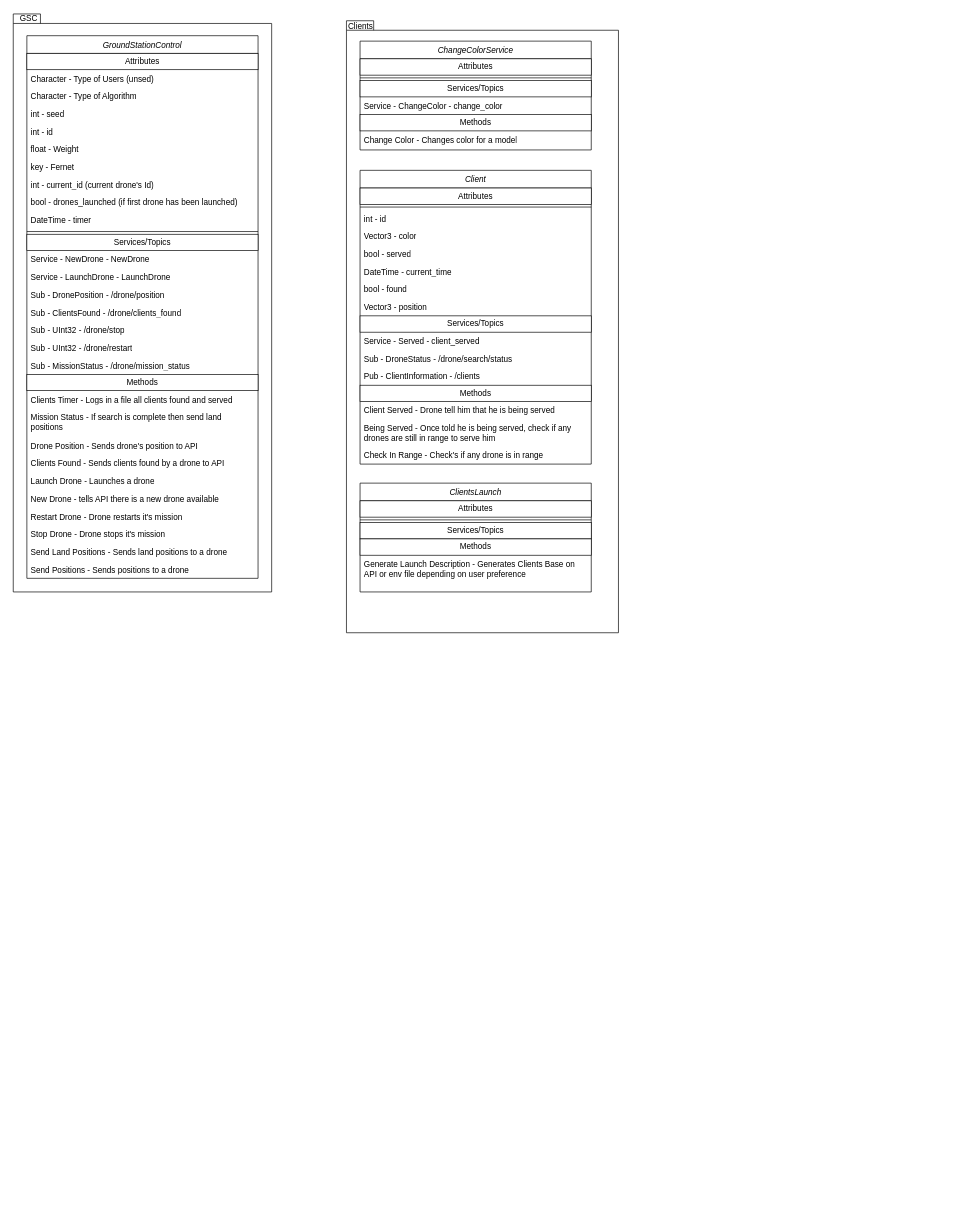
Earlier version of the draw.io diagram ros2.drawio (rfpg1/UML). Source tidied: cells renumbered, new cells numbered last; positions are measured from the earlier drawing's top-left corner, leaving out a move shared by most shapes. Both pictures are drawn from the tidied source at 68%, with x=0, y=0 at pixel (12, 12).
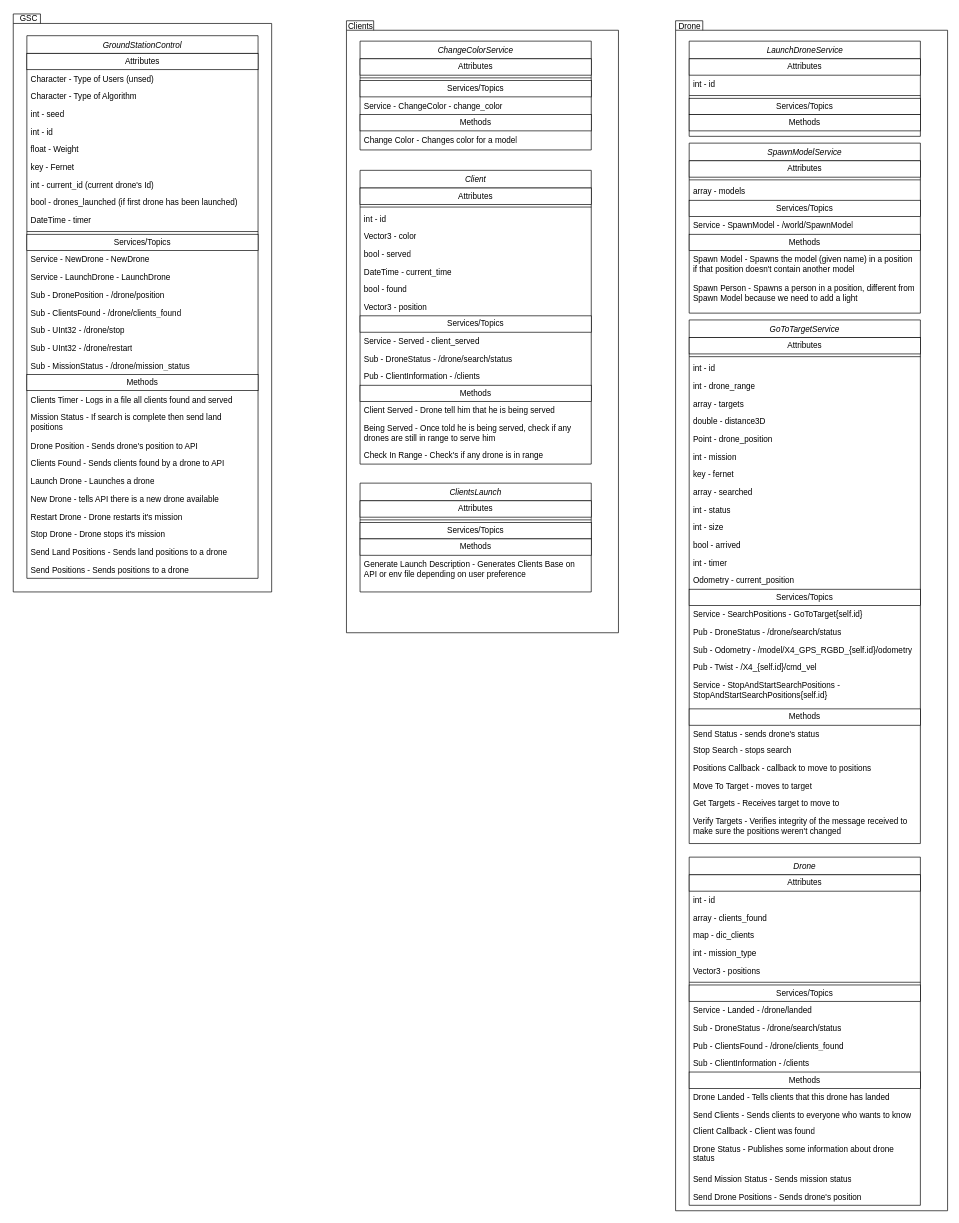
After the change.

Change to the diagram source:
```diff
@@
+    <mxCell id="67" style="shape=folder;fontStyle=1;spacingTop=10;tabWidth=40;tabHeight=14;tabPosition=left;html=1;whiteSpace=wrap;fillColor=none;" parent="1" vertex="1">
+      <mxGeometry x="976" y="13" width="400" height="1750" as="geometry" />
+    </mxCell>
+    <mxCell id="68" value="Drone" style="text;html=1;align=center;verticalAlign=middle;whiteSpace=wrap;rounded=0;" parent="1" vertex="1">
+      <mxGeometry x="972" y="11" width="50" height="20" as="geometry" />
+    </mxCell>
+    <mxCell id="69" value="LaunchDroneService" style="swimlane;fontStyle=2;align=center;verticalAlign=top;horizontal=1;startSize=26;rounded=0;shadow=0;strokeWidth=1;html=1;" parent="1" vertex="1">
+      <mxGeometry x="996" y="43" width="340" height="140" as="geometry" />
+    </mxCell>
+    <mxCell id="70" value="Attributes" style="html=1;whiteSpace=wrap;" parent="69" vertex="1">
+      <mxGeometry y="26" width="340" height="24" as="geometry" />
+    </mxCell>
+    <mxCell id="71" value="int - id" style="text;strokeColor=none;fillColor=none;align=left;verticalAlign=top;spacingLeft=4;spacingRight=4;overflow=hidden;whiteSpace=wrap;html=1;" parent="69" vertex="1">
+      <mxGeometry y="50" width="340" height="26" as="geometry" />
+    </mxCell>
+    <mxCell id="72" style="line;html=1;strokeWidth=1;align=left;verticalAlign=middle;spacingTop=-1;spacingLeft=3;spacingRight=3;labelPosition=right;" parent="69" vertex="1">
+      <mxGeometry y="76" width="340" height="8" as="geometry" />
+    </mxCell>
+    <mxCell id="73" value="Services/Topics" style="html=1;whiteSpace=wrap;" parent="69" vertex="1">
+      <mxGeometry y="84" width="340" height="24" as="geometry" />
+    </mxCell>
+    <mxCell id="74" value="Methods" style="html=1;whiteSpace=wrap;" parent="69" vertex="1">
+      <mxGeometry y="108" width="340" height="24" as="geometry" />
+    </mxCell>
+    <mxCell id="75" value="SpawnModelService" style="swimlane;fontStyle=2;align=center;verticalAlign=top;horizontal=1;startSize=26;rounded=0;shadow=0;strokeWidth=1;" parent="1" vertex="1">
+      <mxGeometry x="996" y="193" width="340" height="250" as="geometry" />
+    </mxCell>
+    <mxCell id="76" value="Attributes" style="html=1;whiteSpace=wrap;" parent="75" vertex="1">
+      <mxGeometry y="26" width="340" height="24" as="geometry" />
+    </mxCell>
+    <mxCell id="77" style="line;html=1;strokeWidth=1;align=left;verticalAlign=middle;spacingTop=-1;spacingLeft=3;spacingRight=3;labelPosition=right;" parent="75" vertex="1">
+      <mxGeometry y="50" width="340" height="8" as="geometry" />
+    </mxCell>
+    <mxCell id="78" value="array - models" style="text;strokeColor=none;fillColor=none;align=left;verticalAlign=top;spacingLeft=4;spacingRight=4;overflow=hidden;whiteSpace=wrap;html=1;" parent="75" vertex="1">
+      <mxGeometry y="58" width="340" height="26" as="geometry" />
+    </mxCell>
+    <mxCell id="79" value="Services/Topics" style="html=1;whiteSpace=wrap;" parent="75" vertex="1">
+      <mxGeometry y="84" width="340" height="24" as="geometry" />
+    </mxCell>
+    <mxCell id="80" value="Service - SpawnModel - /world/SpawnModel" style="text;strokeColor=none;fillColor=none;align=left;verticalAlign=top;spacingLeft=4;spacingRight=4;overflow=hidden;whiteSpace=wrap;html=1;" parent="75" vertex="1">
+      <mxGeometry y="108" width="340" height="26" as="geometry" />
+    </mxCell>
+    <mxCell id="81" value="Methods" style="html=1;whiteSpace=wrap;" parent="75" vertex="1">
+      <mxGeometry y="134" width="340" height="24" as="geometry" />
+    </mxCell>
+    <mxCell id="82" value="Spawn Model - Spawns the model (given name) in a position if that position doesn't contain another model" style="text;strokeColor=none;fillColor=none;align=left;verticalAlign=top;spacingLeft=4;spacingRight=4;overflow=hidden;whiteSpace=wrap;html=1;" parent="75" vertex="1">
+      <mxGeometry y="158" width="340" height="42" as="geometry" />
+    </mxCell>
+    <mxCell id="83" value="Spawn Person - Spawns a person in a position, different from Spawn Model because we need to add a light" style="text;strokeColor=none;fillColor=none;align=left;verticalAlign=top;spacingLeft=4;spacingRight=4;overflow=hidden;whiteSpace=wrap;html=1;" parent="75" vertex="1">
+      <mxGeometry y="200" width="340" height="50" as="geometry" />
+    </mxCell>
+    <mxCell id="84" value="GoToTargetService" style="swimlane;fontStyle=2;align=center;verticalAlign=top;horizontal=1;startSize=26;rounded=0;shadow=0;strokeWidth=1;" parent="1" vertex="1">
+      <mxGeometry x="996" y="453" width="340" height="770" as="geometry" />
+    </mxCell>
+    <mxCell id="85" value="Attributes" style="html=1;whiteSpace=wrap;" parent="84" vertex="1">
+      <mxGeometry y="26" width="340" height="24" as="geometry" />
+    </mxCell>
+    <mxCell id="86" style="line;html=1;strokeWidth=1;align=left;verticalAlign=middle;spacingTop=-1;spacingLeft=3;spacingRight=3;labelPosition=right;" parent="84" vertex="1">
+      <mxGeometry y="50" width="340" height="8" as="geometry" />
+    </mxCell>
+    <mxCell id="87" value="int - id" style="text;strokeColor=none;fillColor=none;align=left;verticalAlign=top;spacingLeft=4;spacingRight=4;overflow=hidden;whiteSpace=wrap;html=1;" parent="84" vertex="1">
+      <mxGeometry y="58" width="340" height="26" as="geometry" />
+    </mxCell>
+    <mxCell id="88" value="int - drone_range" style="text;strokeColor=none;fillColor=none;align=left;verticalAlign=top;spacingLeft=4;spacingRight=4;overflow=hidden;whiteSpace=wrap;html=1;" parent="84" vertex="1">
+      <mxGeometry y="84" width="340" height="26" as="geometry" />
+    </mxCell>
+    <mxCell id="89" value="array - targets" style="text;strokeColor=none;fillColor=none;align=left;verticalAlign=top;spacingLeft=4;spacingRight=4;overflow=hidden;whiteSpace=wrap;html=1;" parent="84" vertex="1">
+      <mxGeometry y="110" width="340" height="26" as="geometry" />
+    </mxCell>
+    <mxCell id="90" value="double - distance3D" style="text;strokeColor=none;fillColor=none;align=left;verticalAlign=top;spacingLeft=4;spacingRight=4;overflow=hidden;whiteSpace=wrap;html=1;" parent="84" vertex="1">
+      <mxGeometry y="136" width="340" height="26" as="geometry" />
+    </mxCell>
+    <mxCell id="91" value="Point - drone_position" style="text;strokeColor=none;fillColor=none;align=left;verticalAlign=top;spacingLeft=4;spacingRight=4;overflow=hidden;whiteSpace=wrap;html=1;" parent="84" vertex="1">
+      <mxGeometry y="162" width="340" height="26" as="geometry" />
+    </mxCell>
+    <mxCell id="92" value="int - mission" style="text;strokeColor=none;fillColor=none;align=left;verticalAlign=top;spacingLeft=4;spacingRight=4;overflow=hidden;whiteSpace=wrap;html=1;" parent="84" vertex="1">
+      <mxGeometry y="188" width="340" height="26" as="geometry" />
+    </mxCell>
+    <mxCell id="93" value="key - fernet" style="text;strokeColor=none;fillColor=none;align=left;verticalAlign=top;spacingLeft=4;spacingRight=4;overflow=hidden;whiteSpace=wrap;html=1;" parent="84" vertex="1">
+      <mxGeometry y="214" width="340" height="26" as="geometry" />
+    </mxCell>
+    <mxCell id="94" value="array - searched" style="text;strokeColor=none;fillColor=none;align=left;verticalAlign=top;spacingLeft=4;spacingRight=4;overflow=hidden;whiteSpace=wrap;html=1;" parent="84" vertex="1">
+      <mxGeometry y="240" width="340" height="26" as="geometry" />
+    </mxCell>
+    <mxCell id="95" value="int - status" style="text;strokeColor=none;fillColor=none;align=left;verticalAlign=top;spacingLeft=4;spacingRight=4;overflow=hidden;whiteSpace=wrap;html=1;" parent="84" vertex="1">
+      <mxGeometry y="266" width="340" height="26" as="geometry" />
+    </mxCell>
+    <mxCell id="96" value="int - size" style="text;strokeColor=none;fillColor=none;align=left;verticalAlign=top;spacingLeft=4;spacingRight=4;overflow=hidden;whiteSpace=wrap;html=1;" parent="84" vertex="1">
+      <mxGeometry y="292" width="340" height="26" as="geometry" />
+    </mxCell>
+    <mxCell id="97" value="bool - arrived" style="text;strokeColor=none;fillColor=none;align=left;verticalAlign=top;spacingLeft=4;spacingRight=4;overflow=hidden;whiteSpace=wrap;html=1;" parent="84" vertex="1">
+      <mxGeometry y="318" width="340" height="26" as="geometry" />
+    </mxCell>
+    <mxCell id="98" value="int - timer" style="text;strokeColor=none;fillColor=none;align=left;verticalAlign=top;spacingLeft=4;spacingRight=4;overflow=hidden;whiteSpace=wrap;html=1;" parent="84" vertex="1">
+      <mxGeometry y="344" width="340" height="26" as="geometry" />
+    </mxCell>
+    <mxCell id="99" value="Odometry - current_position" style="text;strokeColor=none;fillColor=none;align=left;verticalAlign=top;spacingLeft=4;spacingRight=4;overflow=hidden;whiteSpace=wrap;html=1;" parent="84" vertex="1">
+      <mxGeometry y="370" width="340" height="26" as="geometry" />
+    </mxCell>
+    <mxCell id="100" value="Services/Topics" style="html=1;whiteSpace=wrap;" parent="84" vertex="1">
+      <mxGeometry y="396" width="340" height="24" as="geometry" />
+    </mxCell>
+    <mxCell id="101" value="Service - SearchPositions - GoToTarget{self.id}" style="text;strokeColor=none;fillColor=none;align=left;verticalAlign=top;spacingLeft=4;spacingRight=4;overflow=hidden;whiteSpace=wrap;html=1;" parent="84" vertex="1">
+      <mxGeometry y="420" width="340" height="26" as="geometry" />
+    </mxCell>
+    <mxCell id="102" value="Pub - DroneStatus - /drone/search/status" style="text;strokeColor=none;fillColor=none;align=left;verticalAlign=top;spacingLeft=4;spacingRight=4;overflow=hidden;whiteSpace=wrap;html=1;" parent="84" vertex="1">
+      <mxGeometry y="446" width="340" height="26" as="geometry" />
+    </mxCell>
+    <mxCell id="103" value="Sub - Odometry - /model/X4_GPS_RGBD_{self.id}/odometry" style="text;strokeColor=none;fillColor=none;align=left;verticalAlign=top;spacingLeft=4;spacingRight=4;overflow=hidden;whiteSpace=wrap;html=1;" parent="84" vertex="1">
+      <mxGeometry y="472" width="340" height="26" as="geometry" />
+    </mxCell>
+    <mxCell id="104" value="Pub - Twist - /X4_{self.id}/cmd_vel" style="text;strokeColor=none;fillColor=none;align=left;verticalAlign=top;spacingLeft=4;spacingRight=4;overflow=hidden;whiteSpace=wrap;html=1;" parent="84" vertex="1">
+      <mxGeometry y="498" width="340" height="26" as="geometry" />
+    </mxCell>
+    <mxCell id="105" value="Service - StopAndStartSearchPositions - StopAndStartSearchPositions{self.id}" style="text;strokeColor=none;fillColor=none;align=left;verticalAlign=top;spacingLeft=4;spacingRight=4;overflow=hidden;whiteSpace=wrap;html=1;" parent="84" vertex="1">
+      <mxGeometry y="524" width="340" height="48" as="geometry" />
+    </mxCell>
+    <mxCell id="106" value="Methods" style="html=1;whiteSpace=wrap;" parent="84" vertex="1">
+      <mxGeometry y="572" width="340" height="24" as="geometry" />
+    </mxCell>
+    <mxCell id="107" value="Send Status - sends drone's status" style="text;strokeColor=none;fillColor=none;align=left;verticalAlign=top;spacingLeft=4;spacingRight=4;overflow=hidden;whiteSpace=wrap;html=1;" parent="84" vertex="1">
+      <mxGeometry y="596" width="340" height="24" as="geometry" />
+    </mxCell>
+    <mxCell id="108" value="Stop Search - stops search" style="text;strokeColor=none;fillColor=none;align=left;verticalAlign=top;spacingLeft=4;spacingRight=4;overflow=hidden;whiteSpace=wrap;html=1;" parent="84" vertex="1">
+      <mxGeometry y="620" width="340" height="26" as="geometry" />
+    </mxCell>
+    <mxCell id="109" value="Positions Callback - callback to move to positions" style="text;strokeColor=none;fillColor=none;align=left;verticalAlign=top;spacingLeft=4;spacingRight=4;overflow=hidden;whiteSpace=wrap;html=1;" parent="84" vertex="1">
+      <mxGeometry y="646" width="340" height="26" as="geometry" />
+    </mxCell>
+    <mxCell id="110" value="Move To Target - moves to target" style="text;strokeColor=none;fillColor=none;align=left;verticalAlign=top;spacingLeft=4;spacingRight=4;overflow=hidden;whiteSpace=wrap;html=1;" parent="84" vertex="1">
+      <mxGeometry y="672" width="340" height="26" as="geometry" />
+    </mxCell>
+    <mxCell id="111" value="Get Targets - Receives target to move to" style="text;strokeColor=none;fillColor=none;align=left;verticalAlign=top;spacingLeft=4;spacingRight=4;overflow=hidden;whiteSpace=wrap;html=1;" parent="84" vertex="1">
+      <mxGeometry y="698" width="340" height="26" as="geometry" />
+    </mxCell>
+    <mxCell id="112" value="Verify Targets - Verifies integrity of the message received to make sure the positions weren't changed" style="text;strokeColor=none;fillColor=none;align=left;verticalAlign=top;spacingLeft=4;spacingRight=4;overflow=hidden;whiteSpace=wrap;html=1;" parent="84" vertex="1">
+      <mxGeometry y="724" width="340" height="46" as="geometry" />
+    </mxCell>
+    <mxCell id="113" value="Drone" style="swimlane;fontStyle=2;align=center;verticalAlign=top;horizontal=1;startSize=26;rounded=0;shadow=0;strokeWidth=1;" parent="1" vertex="1">
+      <mxGeometry x="996" y="1243" width="340" height="512" as="geometry" />
+    </mxCell>
+    <mxCell id="114" value="Attributes" style="html=1;whiteSpace=wrap;" parent="113" vertex="1">
+      <mxGeometry y="26" width="340" height="24" as="geometry" />
+    </mxCell>
+    <mxCell id="115" value="int - id" style="text;strokeColor=none;fillColor=none;align=left;verticalAlign=top;spacingLeft=4;spacingRight=4;overflow=hidden;whiteSpace=wrap;html=1;" parent="113" vertex="1">
+      <mxGeometry y="50" width="340" height="26" as="geometry" />
+    </mxCell>
+    <mxCell id="116" value="array - clients_found" style="text;strokeColor=none;fillColor=none;align=left;verticalAlign=top;spacingLeft=4;spacingRight=4;overflow=hidden;whiteSpace=wrap;html=1;" parent="113" vertex="1">
+      <mxGeometry y="76" width="340" height="26" as="geometry" />
+    </mxCell>
+    <mxCell id="117" value="map - dic_clients" style="text;strokeColor=none;fillColor=none;align=left;verticalAlign=top;spacingLeft=4;spacingRight=4;overflow=hidden;whiteSpace=wrap;html=1;" parent="113" vertex="1">
+      <mxGeometry y="102" width="340" height="26" as="geometry" />
+    </mxCell>
+    <mxCell id="118" value="int - mission_type" style="text;strokeColor=none;fillColor=none;align=left;verticalAlign=top;spacingLeft=4;spacingRight=4;overflow=hidden;whiteSpace=wrap;html=1;" parent="113" vertex="1">
+      <mxGeometry y="128" width="340" height="26" as="geometry" />
+    </mxCell>
+    <mxCell id="119" value="Vector3 - positions" style="text;strokeColor=none;fillColor=none;align=left;verticalAlign=top;spacingLeft=4;spacingRight=4;overflow=hidden;whiteSpace=wrap;html=1;" parent="113" vertex="1">
+      <mxGeometry y="154" width="340" height="26" as="geometry" />
+    </mxCell>
+    <mxCell id="120" style="line;html=1;strokeWidth=1;align=left;verticalAlign=middle;spacingTop=-1;spacingLeft=3;spacingRight=3;labelPosition=right;" parent="113" vertex="1">
+      <mxGeometry y="180" width="340" height="8" as="geometry" />
+    </mxCell>
+    <mxCell id="121" value="Services/Topics" style="html=1;whiteSpace=wrap;" parent="113" vertex="1">
+      <mxGeometry y="188" width="340" height="24" as="geometry" />
+    </mxCell>
+    <mxCell id="122" value="Service - Landed - /drone/landed" style="text;strokeColor=none;fillColor=none;align=left;verticalAlign=top;spacingLeft=4;spacingRight=4;overflow=hidden;whiteSpace=wrap;html=1;" parent="113" vertex="1">
+      <mxGeometry y="212" width="340" height="26" as="geometry" />
+    </mxCell>
+    <mxCell id="123" value="Sub - DroneStatus - /drone/search/status" style="text;strokeColor=none;fillColor=none;align=left;verticalAlign=top;spacingLeft=4;spacingRight=4;overflow=hidden;whiteSpace=wrap;html=1;" parent="113" vertex="1">
+      <mxGeometry y="238" width="340" height="26" as="geometry" />
+    </mxCell>
+    <mxCell id="124" value="Pub - ClientsFound - /drone/clients_found" style="text;strokeColor=none;fillColor=none;align=left;verticalAlign=top;spacingLeft=4;spacingRight=4;overflow=hidden;whiteSpace=wrap;html=1;" parent="113" vertex="1">
+      <mxGeometry y="264" width="340" height="26" as="geometry" />
+    </mxCell>
+    <mxCell id="125" value="Sub - ClientInformation - /clients" style="text;strokeColor=none;fillColor=none;align=left;verticalAlign=top;spacingLeft=4;spacingRight=4;overflow=hidden;whiteSpace=wrap;html=1;" parent="113" vertex="1">
+      <mxGeometry y="290" width="340" height="26" as="geometry" />
+    </mxCell>
+    <mxCell id="126" value="Methods" style="html=1;whiteSpace=wrap;" parent="113" vertex="1">
+      <mxGeometry y="316" width="340" height="24" as="geometry" />
+    </mxCell>
+    <mxCell id="127" value="Drone Landed - Tells clients that this drone has landed" style="text;strokeColor=none;fillColor=none;align=left;verticalAlign=top;spacingLeft=4;spacingRight=4;overflow=hidden;whiteSpace=wrap;html=1;" parent="113" vertex="1">
+      <mxGeometry y="340" width="340" height="26" as="geometry" />
+    </mxCell>
+    <mxCell id="128" value="Send Clients - Sends clients to everyone who wants to know" style="text;strokeColor=none;fillColor=none;align=left;verticalAlign=top;spacingLeft=4;spacingRight=4;overflow=hidden;whiteSpace=wrap;html=1;" parent="113" vertex="1">
+      <mxGeometry y="366" width="340" height="24" as="geometry" />
+    </mxCell>
+    <mxCell id="129" value="Client Callback - Client was found" style="text;strokeColor=none;fillColor=none;align=left;verticalAlign=top;spacingLeft=4;spacingRight=4;overflow=hidden;whiteSpace=wrap;html=1;" parent="113" vertex="1">
+      <mxGeometry y="390" width="340" height="26" as="geometry" />
+    </mxCell>
+    <mxCell id="130" value="Drone Status - Publishes some information about drone status" style="text;strokeColor=none;fillColor=none;align=left;verticalAlign=top;spacingLeft=4;spacingRight=4;overflow=hidden;whiteSpace=wrap;html=1;" parent="113" vertex="1">
+      <mxGeometry y="416" width="340" height="44" as="geometry" />
+    </mxCell>
+    <mxCell id="131" value="Send Mission Status - Sends mission status" style="text;strokeColor=none;fillColor=none;align=left;verticalAlign=top;spacingLeft=4;spacingRight=4;overflow=hidden;whiteSpace=wrap;html=1;" parent="113" vertex="1">
+      <mxGeometry y="460" width="340" height="26" as="geometry" />
+    </mxCell>
+    <mxCell id="132" value="Send Drone Positions - Sends drone's position" style="text;strokeColor=none;fillColor=none;align=left;verticalAlign=top;spacingLeft=4;spacingRight=4;overflow=hidden;whiteSpace=wrap;html=1;" parent="113" vertex="1">
+      <mxGeometry y="486" width="340" height="26" as="geometry" />
+    </mxCell>
```
